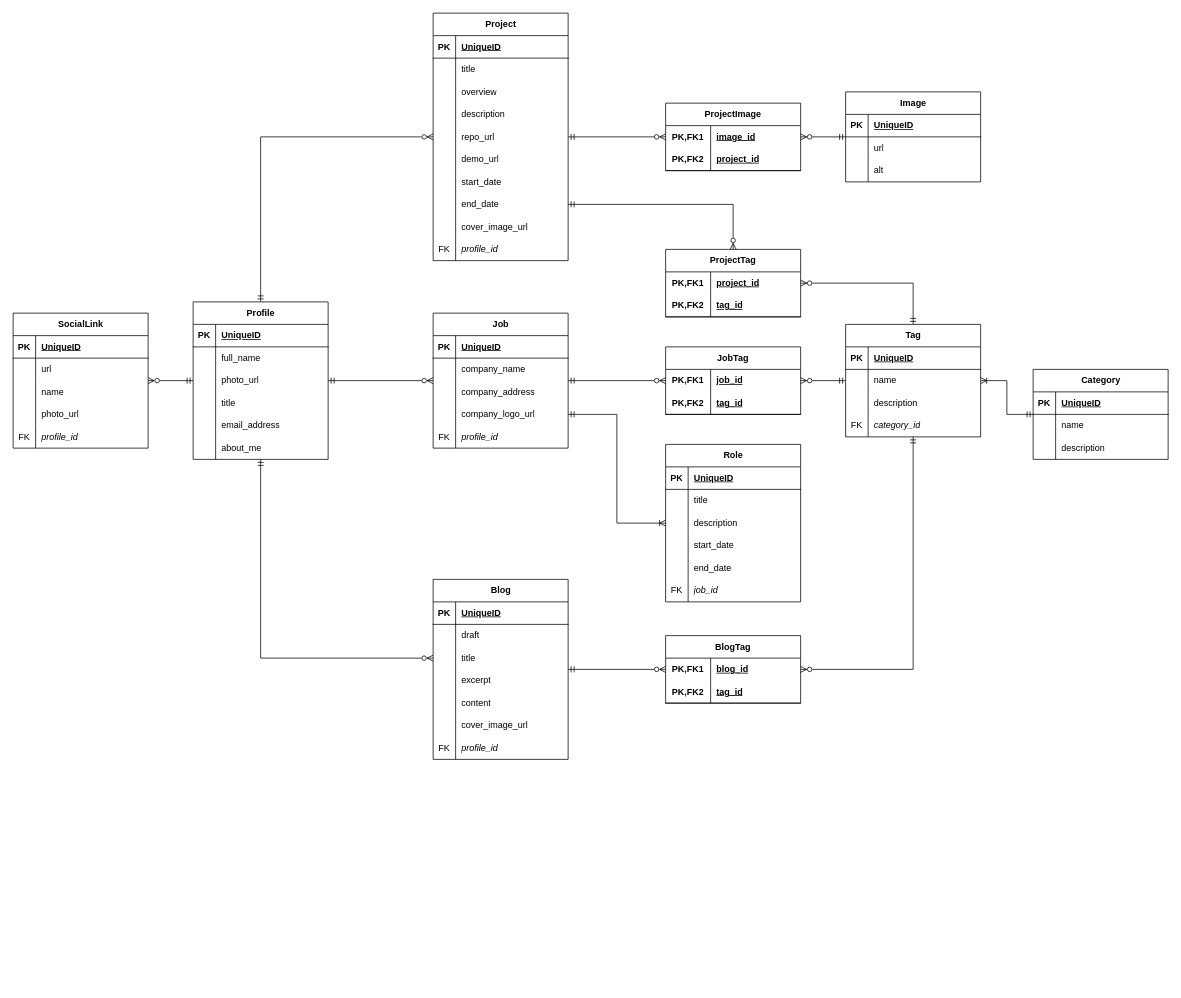
Above: src/db/docs/ERD.drawio in pieter-dutoit/portfolio (draw.io), before the change. Source tidied: cells renumbered, new cells numbered last; positions are measured from the earlier drawing's top-left corner, leaving out a move shared by most shapes. Both pictures are drawn from the tidied source at 75%, with x=0, y=0 at pixel (13, 13).
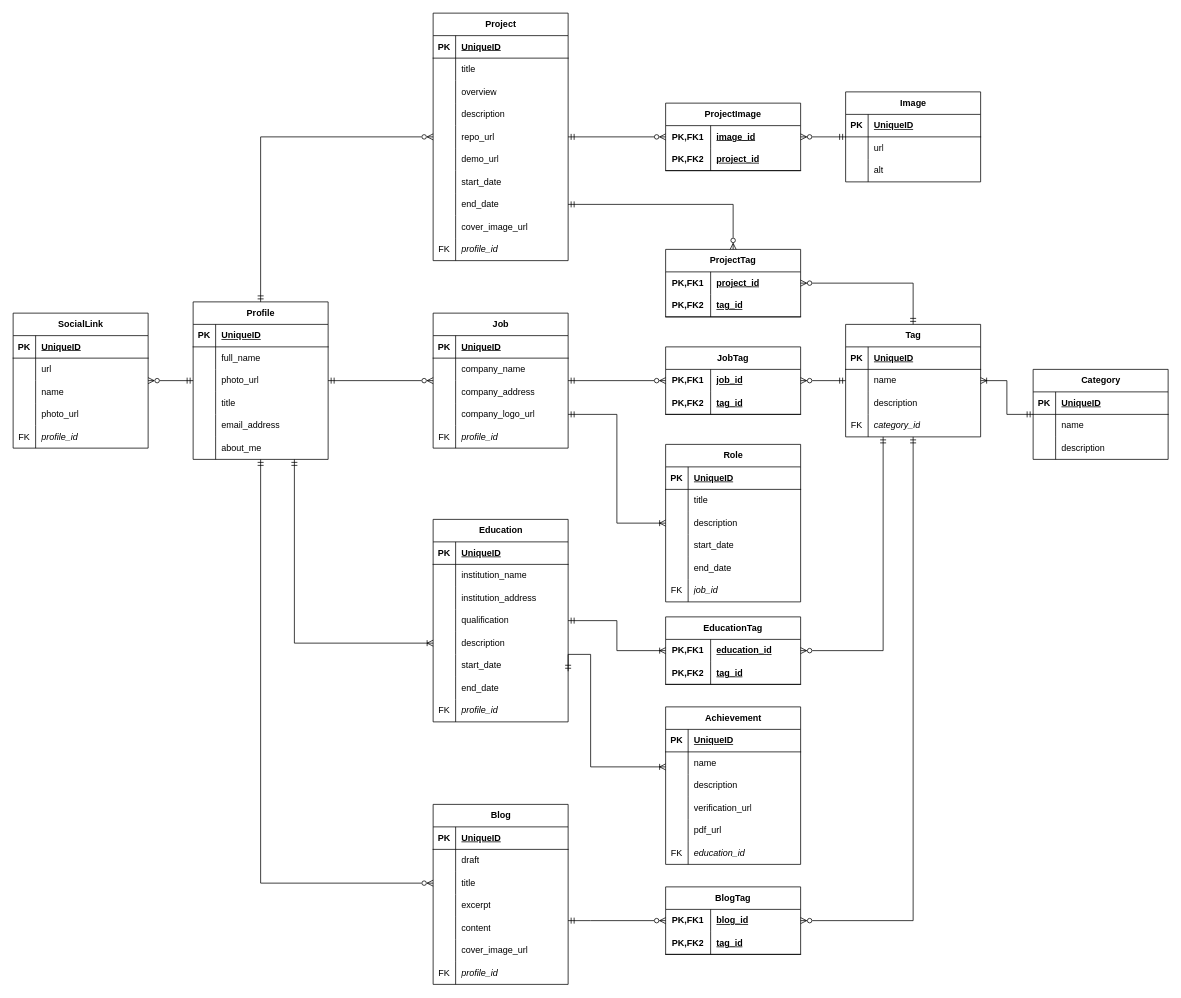
The same diagram, later.

The change refers to these unchanged cells:
```xml
<mxCell id="4" value="Profile" style="shape=table;startSize=30;childLayout=tableLayout;rowLines=0;fontStyle=1;align=center;html=1;" parent="1" vertex="1">
  <mxGeometry x="240" y="385" width="180" height="210" as="geometry" />
</mxCell>
<mxCell id="58" value="Tag" style="shape=table;startSize=30;childLayout=tableLayout;rowLines=0;fontStyle=1;align=center;html=1;" parent="1" vertex="1">
  <mxGeometry x="1110" y="415" width="180" height="150" as="geometry" />
</mxCell>
```

The edit, as a diff of the source:
```diff
@@
+    <mxCell id="200" style="edgeStyle=orthogonalEdgeStyle;html=1;exitX=0.75;exitY=1;exitDx=0;exitDy=0;rounded=0;entryX=0;entryY=0.5;entryDx=0;entryDy=0;endArrow=ERoneToMany;endFill=0;startArrow=ERmandOne;startFill=0;" parent="1" edge="1" source="4" target="215">
+      <mxGeometry relative="1" as="geometry" />
+    </mxCell>
@@
     <mxCell id="129" value="Blog" style="shape=table;startSize=30;childLayout=tableLayout;rowLines=0;fontStyle=1;align=center;html=1;" parent="1" vertex="1">
-      <mxGeometry x="560" y="755" width="180" height="240" as="geometry" />
+      <mxGeometry x="560" y="1055" width="180" height="240" as="geometry" />
     </mxCell>
@@
     <mxCell id="152" value="BlogTag" style="shape=table;startSize=30;childLayout=tableLayout;rowLines=0;fontStyle=1;align=center;html=1;whiteSpace=wrap;" parent="1" vertex="1">
-      <mxGeometry x="870" y="830" width="180" height="90" as="geometry" />
+      <mxGeometry x="870" y="1165" width="180" height="90" as="geometry" />
     </mxCell>
@@
     <mxCell id="159" style="edgeStyle=orthogonalEdgeStyle;rounded=0;jettySize=auto;html=1;endArrow=ERzeroToMany;endFill=0;startArrow=ERmandOne;startFill=0;" parent="1" edge="1" source="129" target="152">
-      <mxGeometry relative="1" as="geometry" />
+      <mxGeometry relative="1" as="geometry">
+        <Array as="points">
+          <mxPoint x="770" y="1210" />
+          <mxPoint x="770" y="1210" />
+        </Array>
+      </mxGeometry>
     </mxCell>
@@
+    <mxCell id="201" style="edgeStyle=orthogonalEdgeStyle;rounded=0;html=1;exitX=1;exitY=0.75;exitDx=0;exitDy=0;startArrow=ERmandOne;startFill=0;endArrow=ERoneToMany;endFill=0;" parent="1" edge="1" source="202" target="236">
+      <mxGeometry relative="1" as="geometry">
+        <Array as="points">
+          <mxPoint x="770" y="855" />
+          <mxPoint x="770" y="1005" />
+        </Array>
+      </mxGeometry>
+    </mxCell>
+    <mxCell id="202" value="Education" style="shape=table;startSize=30;childLayout=tableLayout;rowLines=0;fontStyle=1;align=center;html=1;" parent="1" vertex="1">
+      <mxGeometry x="560" y="675" width="180" height="270" as="geometry" />
+    </mxCell>
+    <mxCell id="203" style="shape=tableRow;horizontal=0;startSize=0;swimlaneHead=0;swimlaneBody=0;fillColor=none;top=0;left=0;right=0;bottom=1;" parent="202" vertex="1">
+      <mxGeometry y="30" width="180" height="30" as="geometry" />
+    </mxCell>
+    <mxCell id="204" value="PK" style="shape=partialRectangle;fillColor=none;top=0;left=0;bottom=0;right=0;fontStyle=1;overflow=hidden;whiteSpace=wrap;html=1;" parent="203" vertex="1">
+      <mxGeometry width="30" height="30" as="geometry" />
+    </mxCell>
+    <mxCell id="205" value="UniqueID" style="shape=partialRectangle;fillColor=none;top=0;left=0;bottom=0;right=0;align=left;spacingLeft=6;fontStyle=5;overflow=hidden;whiteSpace=wrap;html=1;" parent="203" vertex="1">
+      <mxGeometry x="30" width="150" height="30" as="geometry" />
+    </mxCell>
+    <mxCell id="206" style="shape=tableRow;horizontal=0;startSize=0;swimlaneHead=0;swimlaneBody=0;fillColor=none;top=0;left=0;right=0;bottom=0;" parent="202" vertex="1">
+      <mxGeometry y="60" width="180" height="30" as="geometry" />
+    </mxCell>
+    <mxCell id="207" value="&lt;div&gt;&lt;br/&gt;&lt;/div&gt;" style="shape=partialRectangle;fillColor=none;top=0;left=0;bottom=0;right=0;overflow=hidden;whiteSpace=wrap;html=1;" parent="206" vertex="1">
+      <mxGeometry width="30" height="30" as="geometry" />
+    </mxCell>
+    <mxCell id="208" value="institution_name" style="shape=partialRectangle;fillColor=none;top=0;left=0;bottom=0;right=0;align=left;spacingLeft=6;overflow=hidden;whiteSpace=wrap;html=1;" parent="206" vertex="1">
+      <mxGeometry x="30" width="150" height="30" as="geometry" />
+    </mxCell>
+    <mxCell id="209" style="shape=tableRow;horizontal=0;startSize=0;swimlaneHead=0;swimlaneBody=0;fillColor=none;top=0;left=0;right=0;bottom=0;" parent="202" vertex="1">
+      <mxGeometry y="90" width="180" height="30" as="geometry" />
+    </mxCell>
+    <mxCell id="210" value="&lt;div&gt;&lt;br/&gt;&lt;/div&gt;" style="shape=partialRectangle;fillColor=none;top=0;left=0;bottom=0;right=0;overflow=hidden;whiteSpace=wrap;html=1;" parent="209" vertex="1">
+      <mxGeometry width="30" height="30" as="geometry" />
+    </mxCell>
+    <mxCell id="211" value="institution_address" style="shape=partialRectangle;fillColor=none;top=0;left=0;bottom=0;right=0;align=left;spacingLeft=6;overflow=hidden;whiteSpace=wrap;html=1;" parent="209" vertex="1">
+      <mxGeometry x="30" width="150" height="30" as="geometry" />
+    </mxCell>
+    <mxCell id="212" style="shape=tableRow;horizontal=0;startSize=0;swimlaneHead=0;swimlaneBody=0;fillColor=none;top=0;left=0;right=0;bottom=0;" parent="202" vertex="1">
+      <mxGeometry y="120" width="180" height="30" as="geometry" />
+    </mxCell>
+    <mxCell id="213" value="&lt;div&gt;&lt;br/&gt;&lt;/div&gt;" style="shape=partialRectangle;fillColor=none;top=0;left=0;bottom=0;right=0;overflow=hidden;whiteSpace=wrap;html=1;" parent="212" vertex="1">
+      <mxGeometry width="30" height="30" as="geometry" />
+    </mxCell>
+    <mxCell id="214" value="qualification" style="shape=partialRectangle;fillColor=none;top=0;left=0;bottom=0;right=0;align=left;spacingLeft=6;overflow=hidden;whiteSpace=wrap;html=1;" parent="212" vertex="1">
+      <mxGeometry x="30" width="150" height="30" as="geometry" />
+    </mxCell>
+    <mxCell id="215" style="shape=tableRow;horizontal=0;startSize=0;swimlaneHead=0;swimlaneBody=0;fillColor=none;points=[[0,0.5],[1,0.5]];portConstraint=eastwest;top=0;left=0;right=0;bottom=0;" parent="202" vertex="1">
+      <mxGeometry y="150" width="180" height="30" as="geometry" />
+    </mxCell>
+    <mxCell id="216" value="&lt;div&gt;&lt;br/&gt;&lt;/div&gt;" style="shape=partialRectangle;fillColor=none;top=0;left=0;bottom=0;right=0;overflow=hidden;whiteSpace=wrap;html=1;" parent="215" vertex="1">
+      <mxGeometry width="30" height="30" as="geometry" />
+    </mxCell>
+    <mxCell id="217" value="description" style="shape=partialRectangle;fillColor=none;top=0;left=0;bottom=0;right=0;align=left;spacingLeft=6;overflow=hidden;whiteSpace=wrap;html=1;" parent="215" vertex="1">
+      <mxGeometry x="30" width="150" height="30" as="geometry" />
+    </mxCell>
+    <mxCell id="218" style="shape=tableRow;horizontal=0;startSize=0;swimlaneHead=0;swimlaneBody=0;fillColor=none;top=0;left=0;right=0;bottom=0;" parent="202" vertex="1">
+      <mxGeometry y="180" width="180" height="30" as="geometry" />
+    </mxCell>
+    <mxCell id="219" style="shape=partialRectangle;fillColor=none;top=0;left=0;bottom=0;right=0;overflow=hidden;whiteSpace=wrap;html=1;" parent="218" vertex="1">
+      <mxGeometry width="30" height="30" as="geometry" />
+    </mxCell>
+    <mxCell id="220" value="start_date" style="shape=partialRectangle;fillColor=none;top=0;left=0;bottom=0;right=0;align=left;spacingLeft=6;overflow=hidden;whiteSpace=wrap;html=1;" parent="218" vertex="1">
+      <mxGeometry x="30" width="150" height="30" as="geometry" />
+    </mxCell>
+    <mxCell id="221" style="shape=tableRow;horizontal=0;startSize=0;swimlaneHead=0;swimlaneBody=0;fillColor=none;top=0;left=0;right=0;bottom=0;" parent="202" vertex="1">
+      <mxGeometry y="210" width="180" height="30" as="geometry" />
+    </mxCell>
+    <mxCell id="222" style="shape=partialRectangle;fillColor=none;top=0;left=0;bottom=0;right=0;overflow=hidden;whiteSpace=wrap;html=1;" parent="221" vertex="1">
+      <mxGeometry width="30" height="30" as="geometry" />
+    </mxCell>
+    <mxCell id="223" value="end_date" style="shape=partialRectangle;fillColor=none;top=0;left=0;bottom=0;right=0;align=left;spacingLeft=6;overflow=hidden;whiteSpace=wrap;html=1;" parent="221" vertex="1">
+      <mxGeometry x="30" width="150" height="30" as="geometry" />
+    </mxCell>
+    <mxCell id="224" style="shape=tableRow;horizontal=0;startSize=0;swimlaneHead=0;swimlaneBody=0;fillColor=none;top=0;left=0;right=0;bottom=0;" parent="202" vertex="1">
+      <mxGeometry y="240" width="180" height="30" as="geometry" />
+    </mxCell>
+    <mxCell id="225" value="FK" style="shape=partialRectangle;fillColor=none;top=0;left=0;bottom=0;right=0;overflow=hidden;whiteSpace=wrap;html=1;" parent="224" vertex="1">
+      <mxGeometry width="30" height="30" as="geometry" />
+    </mxCell>
+    <mxCell id="226" value="&lt;i&gt;profile_id&amp;nbsp;&lt;/i&gt;" style="shape=partialRectangle;fillColor=none;top=0;left=0;bottom=0;right=0;align=left;spacingLeft=6;overflow=hidden;whiteSpace=wrap;html=1;" parent="224" vertex="1">
+      <mxGeometry x="30" width="150" height="30" as="geometry" />
+    </mxCell>
+    <mxCell id="227" value="EducationTag" style="shape=table;startSize=30;childLayout=tableLayout;rowLines=0;fontStyle=1;align=center;html=1;whiteSpace=wrap;" parent="1" vertex="1">
+      <mxGeometry x="870" y="805" width="180" height="90" as="geometry" />
+    </mxCell>
+    <mxCell id="228" style="shape=tableRow;horizontal=0;startSize=0;swimlaneHead=0;swimlaneBody=0;fillColor=none;top=0;left=0;right=0;bottom=0;html=1;" parent="227" vertex="1">
+      <mxGeometry y="30" width="180" height="30" as="geometry" />
+    </mxCell>
+    <mxCell id="229" value="PK,FK1" style="shape=partialRectangle;fillColor=none;top=0;left=0;bottom=0;right=0;fontStyle=1;overflow=hidden;html=1;whiteSpace=wrap;" parent="228" vertex="1">
+      <mxGeometry width="60" height="30" as="geometry" />
+    </mxCell>
+    <mxCell id="230" value="education_id" style="shape=partialRectangle;fillColor=none;top=0;left=0;bottom=0;right=0;align=left;spacingLeft=6;fontStyle=5;overflow=hidden;html=1;whiteSpace=wrap;" parent="228" vertex="1">
+      <mxGeometry x="60" width="120" height="30" as="geometry" />
+    </mxCell>
+    <mxCell id="231" style="shape=tableRow;horizontal=0;startSize=0;swimlaneHead=0;swimlaneBody=0;fillColor=none;top=0;left=0;right=0;bottom=1;html=1;" parent="227" vertex="1">
+      <mxGeometry y="60" width="180" height="30" as="geometry" />
+    </mxCell>
+    <mxCell id="232" value="PK,FK2" style="shape=partialRectangle;fillColor=none;top=0;left=0;bottom=0;right=0;fontStyle=1;overflow=hidden;html=1;whiteSpace=wrap;" parent="231" vertex="1">
+      <mxGeometry width="60" height="30" as="geometry" />
+    </mxCell>
+    <mxCell id="233" value="tag_id" style="shape=partialRectangle;fillColor=none;top=0;left=0;bottom=0;right=0;align=left;spacingLeft=6;fontStyle=5;overflow=hidden;html=1;whiteSpace=wrap;" parent="231" vertex="1">
+      <mxGeometry x="60" width="120" height="30" as="geometry" />
+    </mxCell>
+    <mxCell id="234" style="edgeStyle=orthogonalEdgeStyle;rounded=0;jettySize=auto;html=1;endArrow=ERoneToMany;endFill=0;startArrow=ERmandOne;startFill=0;" parent="1" edge="1" source="202" target="227">
+      <mxGeometry relative="1" as="geometry" />
+    </mxCell>
+    <mxCell id="235" style="edgeStyle=orthogonalEdgeStyle;rounded=0;jettySize=auto;html=1;startArrow=ERzeroToMany;startFill=0;endArrow=ERmandOne;endFill=0;" parent="1" edge="1" source="227" target="58">
+      <mxGeometry relative="1" as="geometry">
+        <Array as="points">
+          <mxPoint x="1160" y="850" />
+        </Array>
+      </mxGeometry>
+    </mxCell>
+    <mxCell id="236" value="Achievement" style="shape=table;startSize=30;childLayout=tableLayout;rowLines=0;fontStyle=1;align=center;html=1;" parent="1" vertex="1">
+      <mxGeometry x="870" y="925" width="180" height="210" as="geometry" />
+    </mxCell>
+    <mxCell id="237" style="shape=tableRow;horizontal=0;startSize=0;swimlaneHead=0;swimlaneBody=0;fillColor=none;top=0;left=0;right=0;bottom=1;" parent="236" vertex="1">
+      <mxGeometry y="30" width="180" height="30" as="geometry" />
+    </mxCell>
+    <mxCell id="238" value="PK" style="shape=partialRectangle;fillColor=none;top=0;left=0;bottom=0;right=0;fontStyle=1;overflow=hidden;whiteSpace=wrap;html=1;" parent="237" vertex="1">
+      <mxGeometry width="30" height="30" as="geometry" />
+    </mxCell>
+    <mxCell id="239" value="UniqueID" style="shape=partialRectangle;fillColor=none;top=0;left=0;bottom=0;right=0;align=left;spacingLeft=6;fontStyle=5;overflow=hidden;whiteSpace=wrap;html=1;" parent="237" vertex="1">
+      <mxGeometry x="30" width="150" height="30" as="geometry" />
+    </mxCell>
+    <mxCell id="240" style="shape=tableRow;horizontal=0;startSize=0;swimlaneHead=0;swimlaneBody=0;fillColor=none;top=0;left=0;right=0;bottom=0;" parent="236" vertex="1">
+      <mxGeometry y="60" width="180" height="30" as="geometry" />
+    </mxCell>
+    <mxCell id="241" value="&lt;div&gt;&lt;br/&gt;&lt;/div&gt;" style="shape=partialRectangle;fillColor=none;top=0;left=0;bottom=0;right=0;overflow=hidden;whiteSpace=wrap;html=1;" parent="240" vertex="1">
+      <mxGeometry width="30" height="30" as="geometry" />
+    </mxCell>
+    <mxCell id="242" value="name" style="shape=partialRectangle;fillColor=none;top=0;left=0;bottom=0;right=0;align=left;spacingLeft=6;overflow=hidden;whiteSpace=wrap;html=1;" parent="240" vertex="1">
+      <mxGeometry x="30" width="150" height="30" as="geometry" />
+    </mxCell>
+    <mxCell id="243" style="shape=tableRow;horizontal=0;startSize=0;swimlaneHead=0;swimlaneBody=0;fillColor=none;top=0;left=0;right=0;bottom=0;" parent="236" vertex="1">
+      <mxGeometry y="90" width="180" height="30" as="geometry" />
+    </mxCell>
+    <mxCell id="244" value="&lt;div&gt;&lt;br/&gt;&lt;/div&gt;" style="shape=partialRectangle;fillColor=none;top=0;left=0;bottom=0;right=0;overflow=hidden;whiteSpace=wrap;html=1;" parent="243" vertex="1">
+      <mxGeometry width="30" height="30" as="geometry" />
+    </mxCell>
+    <mxCell id="245" value="description" style="shape=partialRectangle;fillColor=none;top=0;left=0;bottom=0;right=0;align=left;spacingLeft=6;overflow=hidden;whiteSpace=wrap;html=1;" parent="243" vertex="1">
+      <mxGeometry x="30" width="150" height="30" as="geometry" />
+    </mxCell>
+    <mxCell id="246" style="shape=tableRow;horizontal=0;startSize=0;swimlaneHead=0;swimlaneBody=0;fillColor=none;top=0;left=0;right=0;bottom=0;" parent="236" vertex="1">
+      <mxGeometry y="120" width="180" height="30" as="geometry" />
+    </mxCell>
+    <mxCell id="247" value="&lt;div&gt;&lt;br/&gt;&lt;/div&gt;" style="shape=partialRectangle;fillColor=none;top=0;left=0;bottom=0;right=0;overflow=hidden;whiteSpace=wrap;html=1;" parent="246" vertex="1">
+      <mxGeometry width="30" height="30" as="geometry" />
+    </mxCell>
+    <mxCell id="248" value="verification_url" style="shape=partialRectangle;fillColor=none;top=0;left=0;bottom=0;right=0;align=left;spacingLeft=6;overflow=hidden;whiteSpace=wrap;html=1;" parent="246" vertex="1">
+      <mxGeometry x="30" width="150" height="30" as="geometry" />
+    </mxCell>
+    <mxCell id="249" style="shape=tableRow;horizontal=0;startSize=0;swimlaneHead=0;swimlaneBody=0;fillColor=none;top=0;left=0;right=0;bottom=0;" parent="236" vertex="1">
+      <mxGeometry y="150" width="180" height="30" as="geometry" />
+    </mxCell>
+    <mxCell id="250" value="&lt;div&gt;&lt;br/&gt;&lt;/div&gt;" style="shape=partialRectangle;fillColor=none;top=0;left=0;bottom=0;right=0;overflow=hidden;whiteSpace=wrap;html=1;" parent="249" vertex="1">
+      <mxGeometry width="30" height="30" as="geometry" />
+    </mxCell>
+    <mxCell id="251" value="pdf_url" style="shape=partialRectangle;fillColor=none;top=0;left=0;bottom=0;right=0;align=left;spacingLeft=6;overflow=hidden;whiteSpace=wrap;html=1;" parent="249" vertex="1">
+      <mxGeometry x="30" width="150" height="30" as="geometry" />
+    </mxCell>
+    <mxCell id="252" style="shape=tableRow;horizontal=0;startSize=0;swimlaneHead=0;swimlaneBody=0;fillColor=none;top=0;left=0;right=0;bottom=0;" parent="236" vertex="1">
+      <mxGeometry y="180" width="180" height="30" as="geometry" />
+    </mxCell>
+    <mxCell id="253" value="FK" style="shape=partialRectangle;fillColor=none;top=0;left=0;bottom=0;right=0;overflow=hidden;whiteSpace=wrap;html=1;" parent="252" vertex="1">
+      <mxGeometry width="30" height="30" as="geometry" />
+    </mxCell>
+    <mxCell id="254" value="&lt;i&gt;education_id&amp;nbsp;&lt;/i&gt;" style="shape=partialRectangle;fillColor=none;top=0;left=0;bottom=0;right=0;align=left;spacingLeft=6;overflow=hidden;whiteSpace=wrap;html=1;" parent="252" vertex="1">
+      <mxGeometry x="30" width="150" height="30" as="geometry" />
+    </mxCell>
```
